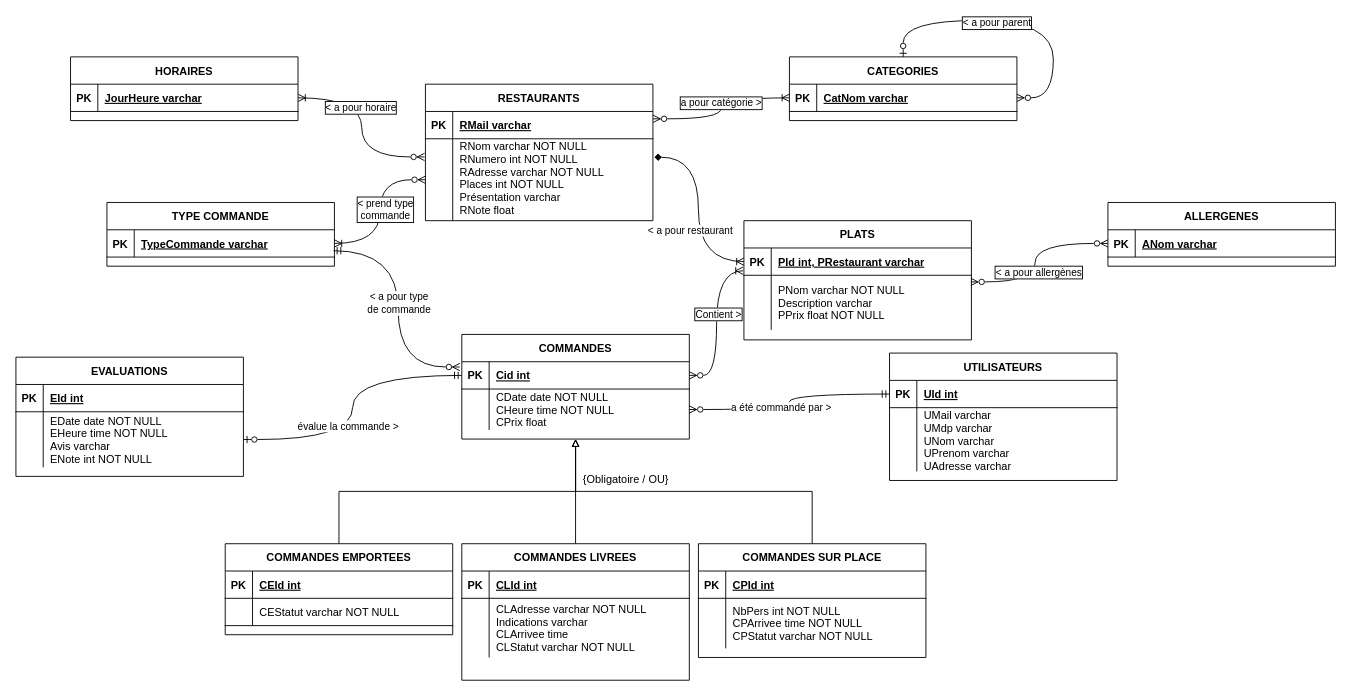
Earlier version of the draw.io diagram modele_entites_associations.drawio (Logan2234/GrenobleEats). Source tidied: cells renumbered, new cells numbered last; positions are measured from the earlier drawing's top-left corner, leaving out a move shared by most shapes. Both pictures are drawn from the tidied source at 91%, with x=0, y=0 at pixel (15, 20).
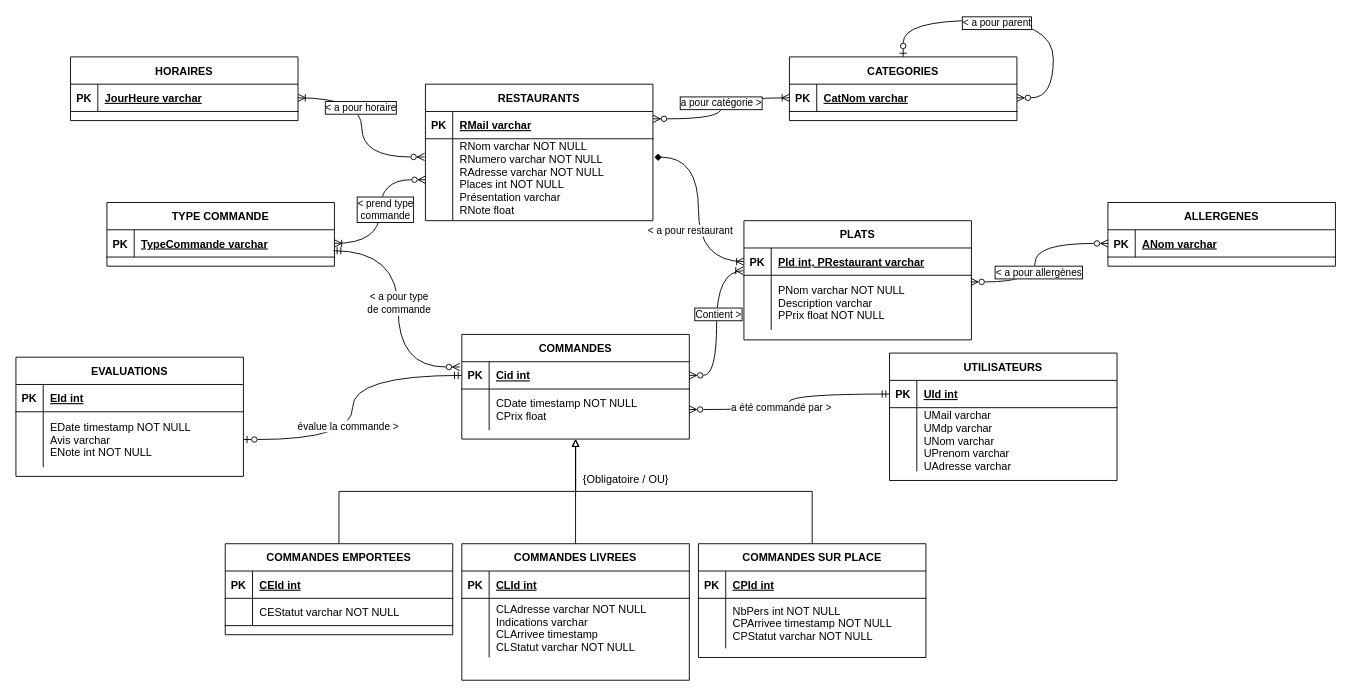
The same page after the edit.

The change refers to these unchanged cells:
```xml
<mxCell id="20" style="shape=partialRectangle;fillColor=none;points=[[0,0.5],[1,0.5]];portConstraint=eastwest;top=0;left=0;right=0;bottom=0;" parent="16" vertex="1">
  <mxGeometry y="60" width="250" height="90" as="geometry" />
</mxCell>
<mxCell id="27" style="shape=partialRectangle;fillColor=none;points=[[0,0.5],[1,0.5]];portConstraint=eastwest;top=0;left=0;right=0;bottom=0;" parent="23" vertex="1">
  <mxGeometry y="60" width="250" height="45" as="geometry" />
</mxCell>
<mxCell id="35" style="shape=partialRectangle;fillColor=none;top=0;left=0;right=0;bottom=0;" parent="31" vertex="1">
  <mxGeometry y="60" width="250" height="65" as="geometry" />
</mxCell>
<mxCell id="43" style="shape=partialRectangle;fillColor=none;top=0;left=0;right=0;bottom=0;" parent="39" vertex="1">
  <mxGeometry y="60" width="250" height="55" as="geometry" />
</mxCell>
<mxCell id="58" style="shape=partialRectangle;fillColor=none;points=[[0,0.5],[1,0.5]];portConstraint=eastwest;top=0;left=0;right=0;bottom=0;" parent="54" vertex="1">
  <mxGeometry y="60" width="250" height="61" as="geometry" />
</mxCell>
```

Diff of the diagram source:
```diff
@@
-    <mxCell id="22" value="RNom varchar NOT NULL&#10;RNumero int NOT NULL&#10;RAdresse varchar NOT NULL&#10;Places int NOT NULL&#10;Présentation varchar&#10;RNote float&#10;" style="shape=partialRectangle;overflow=hidden;fillColor=none;top=0;left=0;bottom=0;right=0;align=left;spacingLeft=6;verticalAlign=middle;" parent="20" vertex="1">
+    <mxCell id="22" value="RNom varchar NOT NULL&#10;RNumero varchar NOT NULL&#10;RAdresse varchar NOT NULL&#10;Places int NOT NULL&#10;Présentation varchar&#10;RNote float&#10;" style="shape=partialRectangle;overflow=hidden;fillColor=none;top=0;left=0;bottom=0;right=0;align=left;spacingLeft=6;verticalAlign=middle;" parent="20" vertex="1">
       <mxGeometry x="30" width="220" height="90" as="geometry" />
     </mxCell>
@@
-    <mxCell id="29" value="CDate date NOT NULL&#10;CHeure time NOT NULL &#10;CPrix float" style="shape=partialRectangle;overflow=hidden;fillColor=none;top=0;left=0;bottom=0;right=0;align=left;spacingLeft=6;" parent="27" vertex="1">
+    <mxCell id="29" value="CDate timestamp NOT NULL&#10;CPrix float" style="shape=partialRectangle;overflow=hidden;fillColor=none;top=0;left=0;bottom=0;right=0;align=left;spacingLeft=6;" parent="27" vertex="1">
       <mxGeometry x="30" width="220" height="45" as="geometry" />
     </mxCell>
@@
-    <mxCell id="37" value="CLAdresse varchar NOT NULL&#10;Indications varchar&#10;CLArrivee time&#10;CLStatut varchar NOT NULL" style="shape=partialRectangle;overflow=hidden;fillColor=none;top=0;left=0;bottom=0;right=0;align=left;spacingLeft=6;" parent="35" vertex="1">
+    <mxCell id="37" value="CLAdresse varchar NOT NULL&#10;Indications varchar&#10;CLArrivee timestamp&#10;CLStatut varchar NOT NULL" style="shape=partialRectangle;overflow=hidden;fillColor=none;top=0;left=0;bottom=0;right=0;align=left;spacingLeft=6;" parent="35" vertex="1">
       <mxGeometry x="30" width="220" height="65" as="geometry" />
     </mxCell>
@@
-    <mxCell id="45" value="NbPers int NOT NULL&#10;CPArrivee time NOT NULL&#10;CPStatut varchar NOT NULL" style="shape=partialRectangle;overflow=hidden;fillColor=none;top=0;left=0;bottom=0;right=0;align=left;spacingLeft=6;" parent="43" vertex="1">
+    <mxCell id="45" value="NbPers int NOT NULL&#10;CPArrivee timestamp NOT NULL&#10;CPStatut varchar NOT NULL" style="shape=partialRectangle;overflow=hidden;fillColor=none;top=0;left=0;bottom=0;right=0;align=left;spacingLeft=6;" parent="43" vertex="1">
       <mxGeometry x="30" width="220" height="55" as="geometry" />
     </mxCell>
@@
-    <mxCell id="60" value="EDate date NOT NULL&#10;EHeure time NOT NULL&#10;Avis varchar&#10;ENote int NOT NULL" style="shape=partialRectangle;overflow=hidden;fillColor=none;top=0;left=0;bottom=0;right=0;align=left;spacingLeft=6;" parent="58" vertex="1">
+    <mxCell id="60" value="EDate timestamp NOT NULL&#10;Avis varchar&#10;ENote int NOT NULL" style="shape=partialRectangle;overflow=hidden;fillColor=none;top=0;left=0;bottom=0;right=0;align=left;spacingLeft=6;" parent="58" vertex="1">
       <mxGeometry x="30" width="220" height="61" as="geometry" />
     </mxCell>
```
